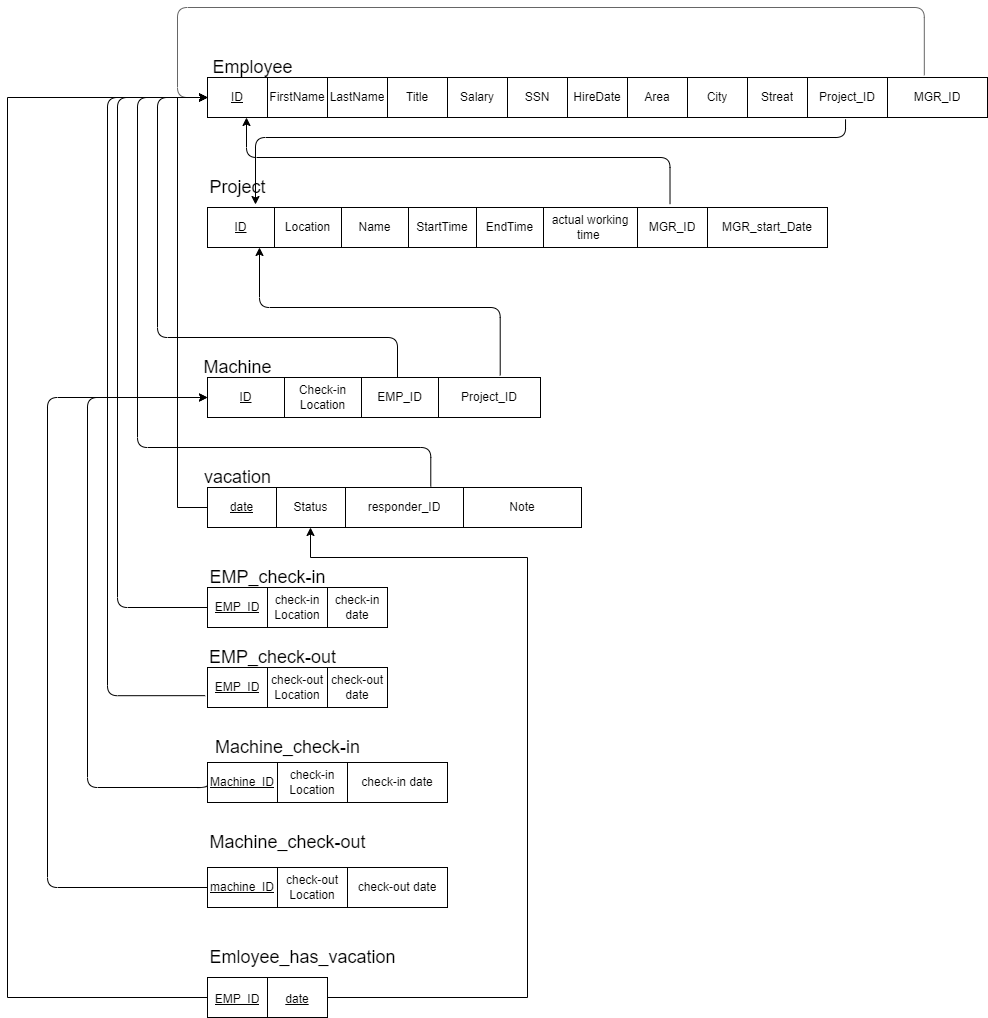
The draw.io diagram schema.png in aymanred121/IGEC-Logging-App-Project, before a commit. Source tidied: cells renumbered, new cells last; positions are measured from the earlier drawing's top-left corner, leaving out a move shared by most shapes.
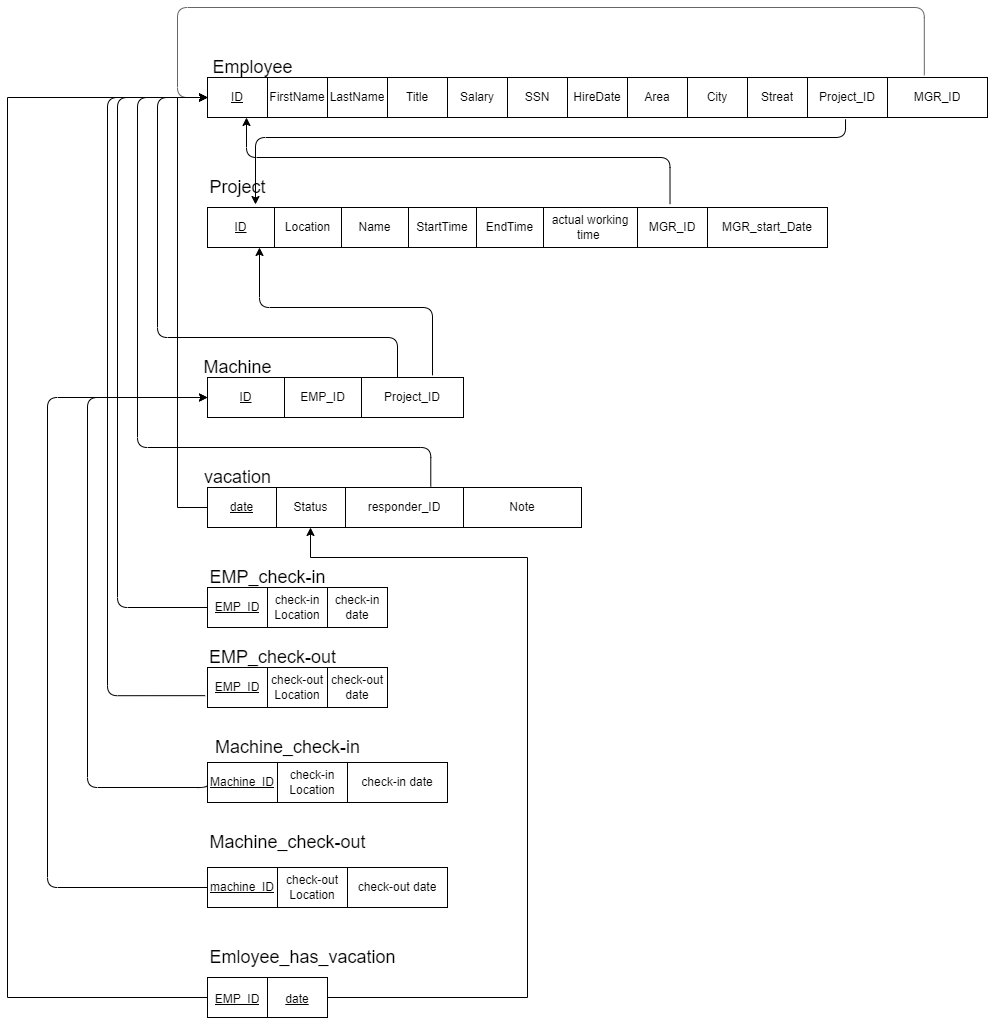
The same file after the commit.

What changed in the source:
```diff
@@ -90,22 +90,19 @@
       <mxGeometry x="195" y="170" width="70" height="20" as="geometry" />
     </mxCell>
     <mxCell id="29" style="shape=table;startSize=0;fillColor=default;strokeColor=default;fontColor=default;" parent="1" vertex="1">
-      <mxGeometry x="200" y="370" width="333" height="40" as="geometry" />
+      <mxGeometry x="200" y="370" width="256" height="40" as="geometry" />
     </mxCell>
     <mxCell id="30" style="shape=partialRectangle;fillColor=none;top=0;left=0;bottom=0;right=0;points=[[0,0.5],[1,0.5]];portConstraint=eastwest;" parent="29" vertex="1">
-      <mxGeometry width="333" height="40" as="geometry" />
+      <mxGeometry width="256" height="40" as="geometry" />
     </mxCell>
     <mxCell id="31" value="&lt;u&gt;ID&lt;/u&gt;" style="shape=partialRectangle;html=1;whiteSpace=wrap;overflow=hidden;fillColor=none;top=0;left=0;bottom=0;right=0;" parent="30" vertex="1">
       <mxGeometry width="77" height="40" as="geometry" />
     </mxCell>
-    <mxCell id="32" value="Check-in Location" style="shape=partialRectangle;html=1;whiteSpace=wrap;overflow=hidden;fillColor=none;top=0;left=0;bottom=0;right=0;" parent="30" vertex="1">
-      <mxGeometry x="77" width="77" height="40" as="geometry" />
-    </mxCell>
     <mxCell id="33" value="EMP_ID" style="shape=partialRectangle;html=1;whiteSpace=wrap;overflow=hidden;fillColor=none;top=0;left=0;bottom=0;right=0;" parent="30" vertex="1">
-      <mxGeometry x="154" width="77" height="40" as="geometry" />
+      <mxGeometry x="77" width="77" height="40" as="geometry" />
     </mxCell>
     <mxCell id="34" value="Project_ID" style="shape=partialRectangle;html=1;whiteSpace=wrap;overflow=hidden;fillColor=none;top=0;left=0;bottom=0;right=0;" parent="30" vertex="1">
-      <mxGeometry x="231" width="102" height="40" as="geometry" />
+      <mxGeometry x="154" width="102" height="40" as="geometry" />
     </mxCell>
     <mxCell id="35" value="&lt;font style=&quot;font-size: 18px&quot;&gt;Machine&lt;/font&gt;" style="text;html=1;align=center;verticalAlign=middle;strokeColor=none;" parent="1" vertex="1">
       <mxGeometry x="190" y="350" width="80" height="20" as="geometry" />
@@ -132,7 +129,7 @@
       <mxGeometry relative="1" as="geometry">
         <mxPoint x="252" y="240" as="targetPoint" />
         <Array as="points">
-          <mxPoint x="493" y="300" />
+          <mxPoint x="425" y="300" />
           <mxPoint x="252" y="300" />
         </Array>
       </mxGeometry>
```
